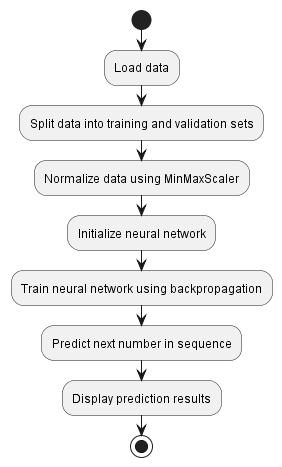
The PlantUML diagram uml/output/activity/activity.png in sminerport/sequence-prediction-ann, before a commit.
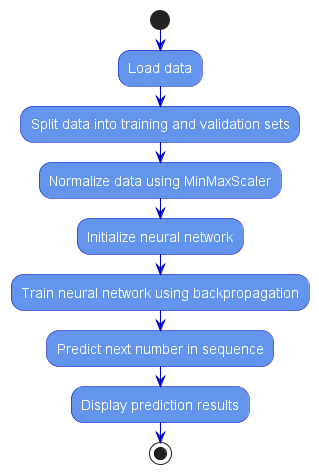
After the commit.

Commit message:
update activity diagram

Change to the diagram source:
```diff
@@ -1,4 +1,19 @@
 @startuml
+!define AWSPUML https://raw.githubusercontent.com/awslabs/aws-icons-for-plantuml/v14.0/Legacy
+
+skinparam defaultFontName Arial
+skinparam defaultFontSize 14
+skinparam shadowing false
+skinparam activity {
+  backgroundColor CornflowerBlue
+  borderColor MediumBlue
+  fontColor White
+  roundCorner 25
+}
+skinparam arrow {
+  color MediumBlue
+}
+
 start
 :Load data;
 :Split data into training and validation sets;
```
